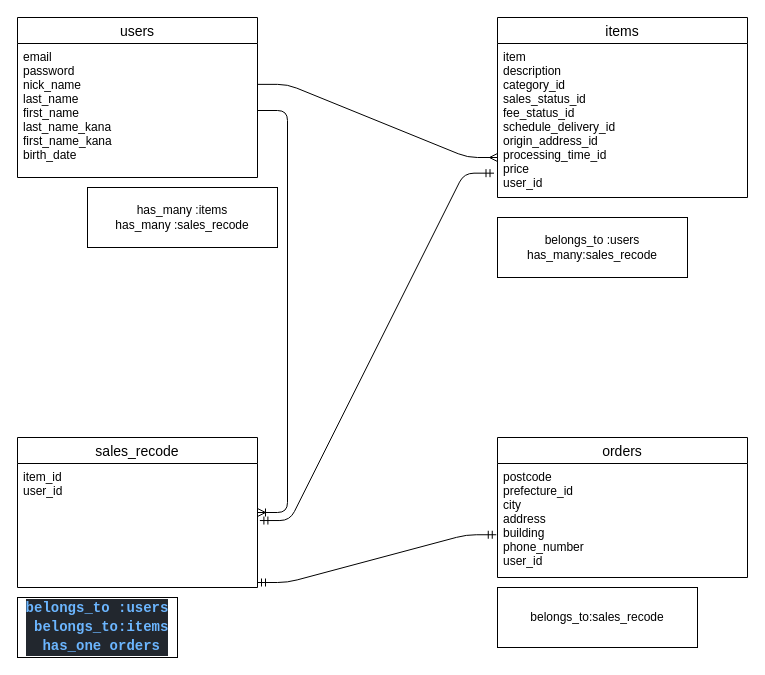
Earlier version of the draw.io diagram ER.dio (kattyaso/furima-39796). Source tidied: cells renumbered, new cells numbered last; positions are measured from the earlier drawing's top-left corner, leaving out a move shared by most shapes. Both pictures are drawn from the tidied source at 100%, with x=0, y=0 at pixel (17, 17).
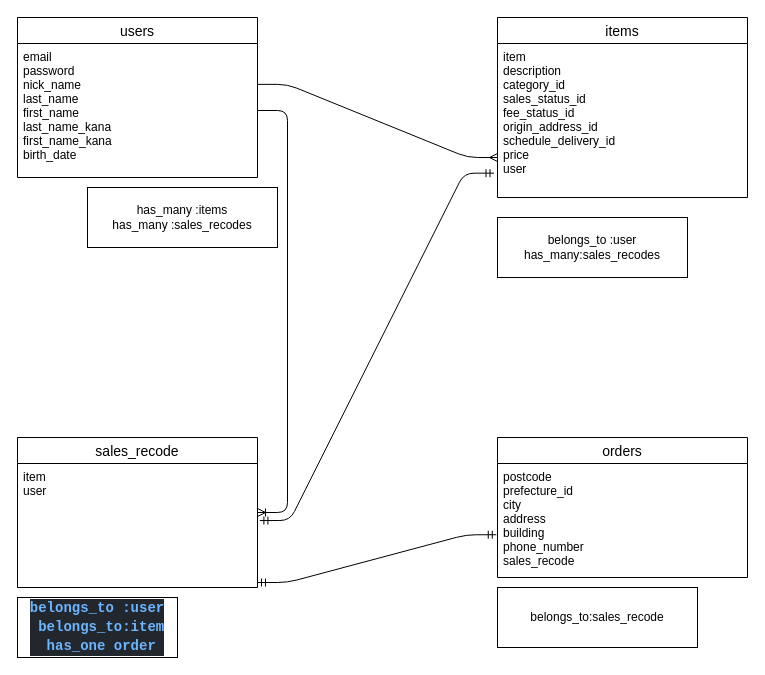
The same diagram, later.

Diff of the diagram source:
```diff
@@
 <mxGraphModel>
   <root>
     <mxCell id="0" />
     <mxCell id="1" parent="0" />
     <mxCell id="2" value="users" style="swimlane;fontStyle=0;horizontal=1;startSize=26;align=center;fontSize=14;" parent="1" vertex="1">
       <mxGeometry width="240" height="160" as="geometry" />
     </mxCell>
     <mxCell id="3" value="email&#10;password&#10;nick_name&#10;last_name&#10;first_name&#10;last_name_kana&#10;first_name_kana&#10;birth_date" style="text;strokeColor=none;fillColor=none;spacingLeft=4;spacingRight=4;overflow=hidden;points=[[0,0.5],[1,0.5]];portConstraint=eastwest;fontSize=12;" parent="2" vertex="1">
       <mxGeometry y="26" width="240" height="134" as="geometry" />
     </mxCell>
     <mxCell id="4" value="items" style="swimlane;fontStyle=0;horizontal=1;startSize=26;align=center;fontSize=14;" parent="1" vertex="1">
       <mxGeometry x="480" width="250" height="180" as="geometry" />
     </mxCell>
-    <mxCell id="5" value="item                 &#10;description          &#10;category_id          &#10;sales_status_id      &#10;fee_status_id        &#10;schedule_delivery_id &#10;origin_address_id    &#10;processing_time_id   &#10;price                &#10;user_id              " style="text;strokeColor=none;fillColor=none;spacingLeft=4;spacingRight=4;overflow=hidden;points=[[0,0.5],[1,0.5]];portConstraint=eastwest;fontSize=12;" parent="4" vertex="1">
+    <mxCell id="5" value="item                &#10;description         &#10;category_id         &#10;sales_status_id     &#10;fee_status_id       &#10;origin_address_id   &#10;schedule_delivery_id&#10;price               &#10;user                " style="text;strokeColor=none;fillColor=none;spacingLeft=4;spacingRight=4;overflow=hidden;points=[[0,0.5],[1,0.5]];portConstraint=eastwest;fontSize=12;" parent="4" vertex="1">
       <mxGeometry y="26" width="250" height="154" as="geometry" />
     </mxCell>
     <mxCell id="6" value="orders" style="swimlane;fontStyle=0;horizontal=1;startSize=26;align=center;fontSize=14;" parent="1" vertex="1">
       <mxGeometry x="480" y="420" width="250" height="140" as="geometry" />
     </mxCell>
-    <mxCell id="7" value="postcode     &#10;prefecture_id&#10;city         &#10;address      &#10;building     &#10;phone_number &#10;user_id      " style="text;strokeColor=none;fillColor=none;spacingLeft=4;spacingRight=4;overflow=hidden;points=[[0,0.5],[1,0.5]];portConstraint=eastwest;fontSize=12;" parent="6" vertex="1">
+    <mxCell id="7" value="postcode     &#10;prefecture_id&#10;city         &#10;address      &#10;building     &#10;phone_number &#10;sales_recode " style="text;strokeColor=none;fillColor=none;spacingLeft=4;spacingRight=4;overflow=hidden;points=[[0,0.5],[1,0.5]];portConstraint=eastwest;fontSize=12;" parent="6" vertex="1">
       <mxGeometry y="26" width="250" height="114" as="geometry" />
     </mxCell>
     <mxCell id="8" style="edgeStyle=entityRelationEdgeStyle;fontSize=12;html=1;endArrow=ERmany;entryX=0;entryY=0.043;entryDx=0;entryDy=0;entryPerimeter=0;exitX=1;exitY=0.305;exitDx=0;exitDy=0;exitPerimeter=0;" parent="1" edge="1" source="3">
       <mxGeometry relative="1" as="geometry">
         <mxPoint x="480" y="140" as="targetPoint" />
       </mxGeometry>
     </mxCell>
     <mxCell id="9" style="edgeStyle=entityRelationEdgeStyle;fontSize=12;html=1;endArrow=ERmandOne;startArrow=ERmandOne;entryX=-0.014;entryY=0.842;entryDx=0;entryDy=0;entryPerimeter=0;exitX=1.01;exitY=0.46;exitDx=0;exitDy=0;exitPerimeter=0;" parent="1" edge="1" source="14" target="5">
       <mxGeometry relative="1" as="geometry" />
     </mxCell>
-    <mxCell id="10" value="has_many&amp;nbsp;:items&lt;br&gt;has_many :sales_recode" style="rounded=0;whiteSpace=wrap;html=1;" parent="1" vertex="1">
+    <mxCell id="10" value="has_many&amp;nbsp;:items&lt;br&gt;has_many :sales_recodes" style="rounded=0;whiteSpace=wrap;html=1;" parent="1" vertex="1">
       <mxGeometry x="70" y="170" width="190" height="60" as="geometry" />
     </mxCell>
-    <mxCell id="11" value="&lt;div&gt;belongs_to :users&lt;/div&gt;&lt;div&gt;has_many:sales_recode&lt;/div&gt;" style="rounded=0;whiteSpace=wrap;html=1;" parent="1" vertex="1">
+    <mxCell id="11" value="&lt;div&gt;belongs_to :user&lt;/div&gt;&lt;div&gt;has_many:sales_recodes&lt;/div&gt;" style="rounded=0;whiteSpace=wrap;html=1;" parent="1" vertex="1">
       <mxGeometry x="480" y="200" width="190" height="60" as="geometry" />
     </mxCell>
-    <mxCell id="12" value="&lt;div style=&quot;color: rgb(173, 186, 199); background-color: rgb(34, 39, 46); font-family: Consolas, &amp;quot;Courier New&amp;quot;, monospace; font-size: 14px; line-height: 19px;&quot;&gt;&lt;div&gt;&lt;span style=&quot;color: rgb(108, 182, 255); font-weight: bold;&quot;&gt;belongs_to&lt;/span&gt;&lt;span style=&quot;color: #6cb6ff;font-weight: bold;&quot;&gt;&amp;nbsp;:users&lt;/span&gt;&lt;/div&gt;&lt;div&gt;&lt;span style=&quot;color: rgb(108, 182, 255); font-weight: bold;&quot;&gt;&amp;nbsp;&lt;/span&gt;&lt;span style=&quot;color: rgb(108, 182, 255); font-weight: bold;&quot;&gt;belongs_to&lt;/span&gt;&lt;span style=&quot;color: rgb(108, 182, 255); font-weight: bold;&quot;&gt;:items&lt;/span&gt;&lt;br&gt;&lt;/div&gt;&lt;div&gt;&lt;span style=&quot;color: #6cb6ff;font-weight: bold;&quot;&gt;&amp;nbsp;has_one orders&lt;/span&gt;&lt;/div&gt;&lt;/div&gt;" style="rounded=0;whiteSpace=wrap;html=1;" parent="1" vertex="1">
+    <mxCell id="12" value="&lt;div style=&quot;color: rgb(173, 186, 199); background-color: rgb(34, 39, 46); font-family: Consolas, &amp;quot;Courier New&amp;quot;, monospace; font-size: 14px; line-height: 19px;&quot;&gt;&lt;div&gt;&lt;span style=&quot;color: rgb(108, 182, 255); font-weight: bold;&quot;&gt;belongs_to&lt;/span&gt;&lt;span style=&quot;color: #6cb6ff;font-weight: bold;&quot;&gt;&amp;nbsp;:user&lt;/span&gt;&lt;/div&gt;&lt;div&gt;&lt;span style=&quot;color: rgb(108, 182, 255); font-weight: bold;&quot;&gt;&amp;nbsp;&lt;/span&gt;&lt;span style=&quot;color: rgb(108, 182, 255); font-weight: bold;&quot;&gt;belongs_to&lt;/span&gt;&lt;span style=&quot;color: rgb(108, 182, 255); font-weight: bold;&quot;&gt;:item&lt;/span&gt;&lt;br&gt;&lt;/div&gt;&lt;div&gt;&lt;span style=&quot;color: #6cb6ff;font-weight: bold;&quot;&gt;&amp;nbsp;has_one order&lt;/span&gt;&lt;/div&gt;&lt;/div&gt;" style="rounded=0;whiteSpace=wrap;html=1;" parent="1" vertex="1">
       <mxGeometry y="580" width="160" height="60" as="geometry" />
     </mxCell>
     <mxCell id="13" value="sales_recode" style="swimlane;fontStyle=0;horizontal=1;startSize=26;align=center;fontSize=14;" parent="1" vertex="1">
       <mxGeometry y="420" width="240" height="150" as="geometry" />
     </mxCell>
-    <mxCell id="14" value="item_id&#10;user_id" style="text;strokeColor=none;fillColor=none;spacingLeft=4;spacingRight=4;overflow=hidden;points=[[0,0.5],[1,0.5]];portConstraint=eastwest;fontSize=12;" parent="13" vertex="1">
+    <mxCell id="14" value="item&#10;user" style="text;strokeColor=none;fillColor=none;spacingLeft=4;spacingRight=4;overflow=hidden;points=[[0,0.5],[1,0.5]];portConstraint=eastwest;fontSize=12;" parent="13" vertex="1">
       <mxGeometry y="26" width="240" height="124" as="geometry" />
     </mxCell>
     <mxCell id="15" value="belongs_to:sales_recode" style="rounded=0;whiteSpace=wrap;html=1;" parent="1" vertex="1">
       <mxGeometry x="480" y="570" width="200" height="60" as="geometry" />
     </mxCell>
     <mxCell id="16" style="edgeStyle=entityRelationEdgeStyle;fontSize=12;html=1;endArrow=ERmandOne;startArrow=ERmandOne;entryX=-0.005;entryY=0.625;entryDx=0;entryDy=0;entryPerimeter=0;" parent="1" edge="1" target="7">
       <mxGeometry relative="1" as="geometry">
         <mxPoint x="240" y="565" as="sourcePoint" />
       </mxGeometry>
     </mxCell>
     <mxCell id="17" style="edgeStyle=entityRelationEdgeStyle;fontSize=12;html=1;endArrow=ERoneToMany;" parent="1" edge="1" source="3" target="13">
       <mxGeometry relative="1" as="geometry" />
     </mxCell>
   </root>
 </mxGraphModel>
```
